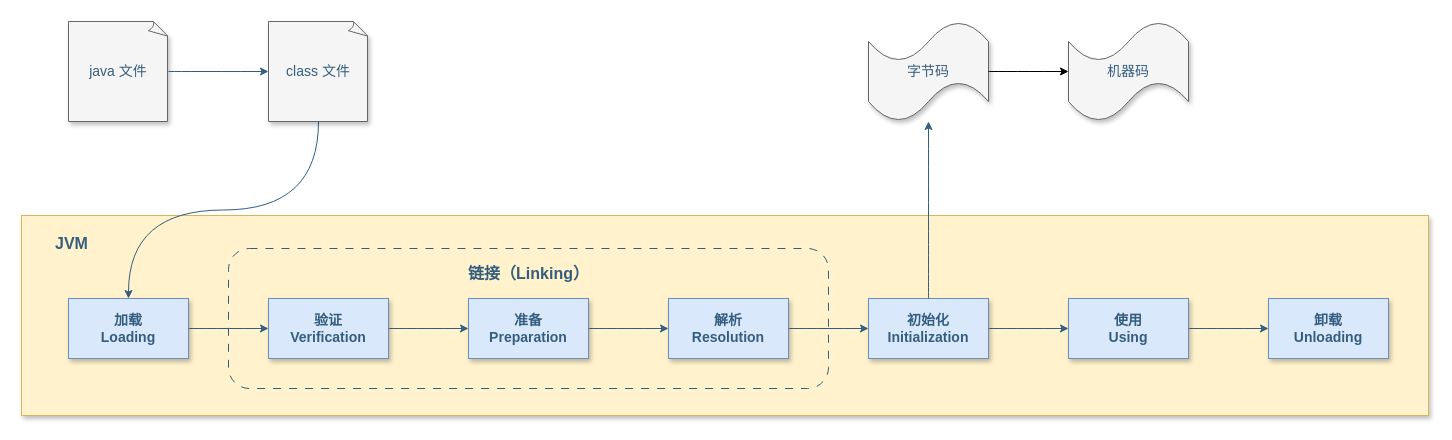
Earlier version of the draw.io diagram page "类的生命周期" (9 of 10) of assets/Java/JavaCore/Java虚拟机.drawio (dunwu/waterdrop). Source tidied: cells renumbered, new cells numbered last; positions are measured from the earlier drawing's top-left corner, leaving out a move shared by most shapes. Both pictures are drawn from the tidied source at 100%, with x=0, y=0 at pixel (21, 21).
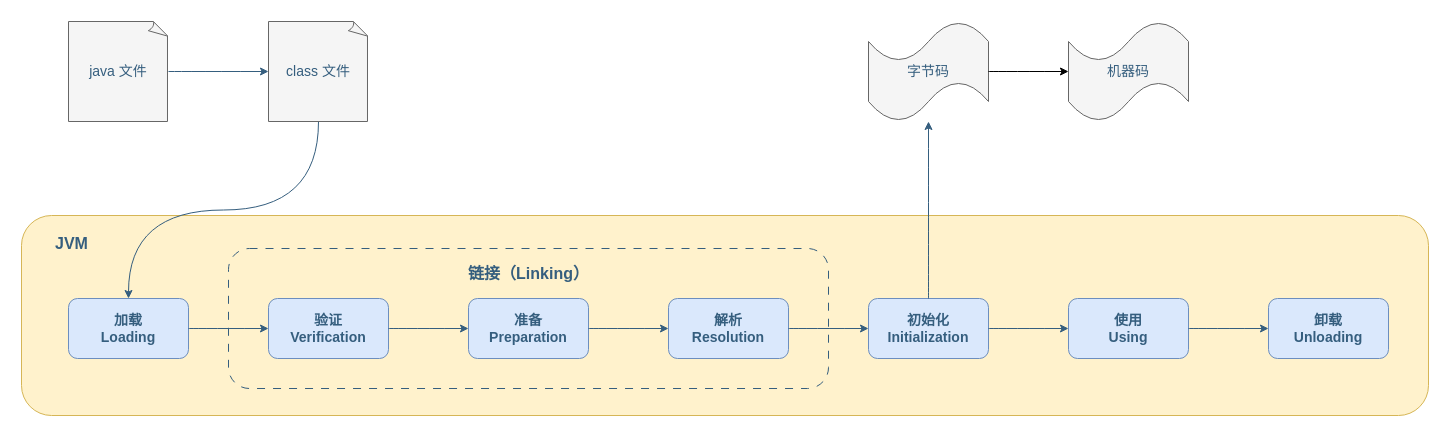
The same page after the edit.

The edit, as a diff of the source:
```diff
@@
-    <mxCell id="2" style="rounded=0;whiteSpace=wrap;html=1;fillColor=#fff2cc;strokeColor=#d6b656;fontSize=14;shadow=1;fontStyle=1;" parent="1" vertex="1">
+    <mxCell id="2" style="rounded=1;whiteSpace=wrap;html=1;fillColor=#fff2cc;strokeColor=#d6b656;fontSize=14;shadow=0;fontStyle=1;" parent="1" vertex="1">
       <mxGeometry y="194" width="1407" height="200" as="geometry" />
     </mxCell>
@@
-    <mxCell id="4" value="&lt;div style=&quot;font-size: 14px;&quot;&gt;加载&lt;/div&gt;&lt;div style=&quot;font-size: 14px;&quot;&gt;Loading&lt;/div&gt;" style="rounded=0;whiteSpace=wrap;html=1;fontSize=14;fillColor=#dae8fc;strokeColor=#6c8ebf;shadow=1;fontColor=#355E7E;fontStyle=1;" parent="1" vertex="1">
+    <mxCell id="4" value="&lt;div style=&quot;font-size: 14px;&quot;&gt;加载&lt;/div&gt;&lt;div style=&quot;font-size: 14px;&quot;&gt;Loading&lt;/div&gt;" style="rounded=1;whiteSpace=wrap;html=1;fontSize=14;fillColor=#dae8fc;strokeColor=#6c8ebf;shadow=0;fontColor=#355E7E;fontStyle=1;" parent="1" vertex="1">
       <mxGeometry x="47" y="277" width="120" height="60" as="geometry" />
     </mxCell>
-    <mxCell id="5" value="&lt;div style=&quot;font-size: 14px;&quot;&gt;&lt;div style=&quot;font-size: 14px;&quot;&gt;验证&lt;/div&gt;&lt;div style=&quot;font-size: 14px;&quot;&gt;Verification&lt;/div&gt;&lt;/div&gt;" style="rounded=0;whiteSpace=wrap;html=1;fontSize=14;fillColor=#dae8fc;strokeColor=#6c8ebf;shadow=1;fontColor=#355E7E;fontStyle=1;" parent="1" vertex="1">
+    <mxCell id="5" value="&lt;div style=&quot;font-size: 14px;&quot;&gt;&lt;div style=&quot;font-size: 14px;&quot;&gt;验证&lt;/div&gt;&lt;div style=&quot;font-size: 14px;&quot;&gt;Verification&lt;/div&gt;&lt;/div&gt;" style="rounded=1;whiteSpace=wrap;html=1;fontSize=14;fillColor=#dae8fc;strokeColor=#6c8ebf;shadow=0;fontColor=#355E7E;fontStyle=1;" parent="1" vertex="1">
       <mxGeometry x="247" y="277" width="120" height="60" as="geometry" />
     </mxCell>
@@
-    <mxCell id="7" value="&lt;div style=&quot;font-size: 14px;&quot;&gt;&lt;div style=&quot;font-size: 14px;&quot;&gt;准备&lt;/div&gt;&lt;div style=&quot;font-size: 14px;&quot;&gt;Preparation&lt;/div&gt;&lt;/div&gt;" style="rounded=0;whiteSpace=wrap;html=1;fontSize=14;fillColor=#dae8fc;strokeColor=#6c8ebf;shadow=1;fontColor=#355E7E;fontStyle=1;" parent="1" vertex="1">
+    <mxCell id="7" value="&lt;div style=&quot;font-size: 14px;&quot;&gt;&lt;div style=&quot;font-size: 14px;&quot;&gt;准备&lt;/div&gt;&lt;div style=&quot;font-size: 14px;&quot;&gt;Preparation&lt;/div&gt;&lt;/div&gt;" style="rounded=1;whiteSpace=wrap;html=1;fontSize=14;fillColor=#dae8fc;strokeColor=#6c8ebf;shadow=0;fontColor=#355E7E;fontStyle=1;" parent="1" vertex="1">
       <mxGeometry x="447" y="277" width="120" height="60" as="geometry" />
     </mxCell>
@@
-    <mxCell id="9" value="&lt;div style=&quot;font-size: 14px;&quot;&gt;&lt;div style=&quot;font-size: 14px;&quot;&gt;解析&lt;/div&gt;&lt;div style=&quot;font-size: 14px;&quot;&gt;Resolution&lt;/div&gt;&lt;/div&gt;" style="rounded=0;whiteSpace=wrap;html=1;fontSize=14;fillColor=#dae8fc;strokeColor=#6c8ebf;shadow=1;fontColor=#355E7E;fontStyle=1;" parent="1" vertex="1">
+    <mxCell id="9" value="&lt;div style=&quot;font-size: 14px;&quot;&gt;&lt;div style=&quot;font-size: 14px;&quot;&gt;解析&lt;/div&gt;&lt;div style=&quot;font-size: 14px;&quot;&gt;Resolution&lt;/div&gt;&lt;/div&gt;" style="rounded=1;whiteSpace=wrap;html=1;fontSize=14;fillColor=#dae8fc;strokeColor=#6c8ebf;shadow=0;fontColor=#355E7E;fontStyle=1;" parent="1" vertex="1">
       <mxGeometry x="647" y="277" width="120" height="60" as="geometry" />
     </mxCell>
@@
-    <mxCell id="11" value="&lt;div style=&quot;font-size: 14px;&quot;&gt;&lt;div style=&quot;font-size: 14px;&quot;&gt;初始化&lt;/div&gt;&lt;div style=&quot;font-size: 14px;&quot;&gt;Initialization&lt;/div&gt;&lt;/div&gt;" style="rounded=0;whiteSpace=wrap;html=1;fontSize=14;fillColor=#dae8fc;strokeColor=#6c8ebf;shadow=1;fontColor=#355E7E;fontStyle=1;" parent="1" vertex="1">
+    <mxCell id="11" value="&lt;div style=&quot;font-size: 14px;&quot;&gt;&lt;div style=&quot;font-size: 14px;&quot;&gt;初始化&lt;/div&gt;&lt;div style=&quot;font-size: 14px;&quot;&gt;Initialization&lt;/div&gt;&lt;/div&gt;" style="rounded=1;whiteSpace=wrap;html=1;fontSize=14;fillColor=#dae8fc;strokeColor=#6c8ebf;shadow=0;fontColor=#355E7E;fontStyle=1;" parent="1" vertex="1">
       <mxGeometry x="847" y="277" width="120" height="60" as="geometry" />
     </mxCell>
@@
-    <mxCell id="13" value="&lt;div style=&quot;font-size: 14px;&quot;&gt;使用&lt;/div&gt;&lt;div style=&quot;font-size: 14px;&quot;&gt;Using&lt;/div&gt;" style="rounded=0;whiteSpace=wrap;html=1;fontSize=14;fillColor=#dae8fc;strokeColor=#6c8ebf;shadow=1;fontColor=#355E7E;fontStyle=1;" parent="1" vertex="1">
+    <mxCell id="13" value="&lt;div style=&quot;font-size: 14px;&quot;&gt;使用&lt;/div&gt;&lt;div style=&quot;font-size: 14px;&quot;&gt;Using&lt;/div&gt;" style="rounded=1;whiteSpace=wrap;html=1;fontSize=14;fillColor=#dae8fc;strokeColor=#6c8ebf;shadow=0;fontColor=#355E7E;fontStyle=1;" parent="1" vertex="1">
       <mxGeometry x="1047" y="277" width="120" height="60" as="geometry" />
     </mxCell>
@@
-    <mxCell id="15" value="&lt;div style=&quot;font-size: 14px;&quot;&gt;卸载&lt;/div&gt;&lt;div style=&quot;font-size: 14px;&quot;&gt;Unloading&lt;/div&gt;" style="rounded=0;whiteSpace=wrap;html=1;fontSize=14;fillColor=#dae8fc;strokeColor=#6c8ebf;shadow=1;fontColor=#355E7E;fontStyle=1;" parent="1" vertex="1">
+    <mxCell id="15" value="&lt;div style=&quot;font-size: 14px;&quot;&gt;卸载&lt;/div&gt;&lt;div style=&quot;font-size: 14px;&quot;&gt;Unloading&lt;/div&gt;" style="rounded=1;whiteSpace=wrap;html=1;fontSize=14;fillColor=#dae8fc;strokeColor=#6c8ebf;shadow=0;fontColor=#355E7E;fontStyle=1;" parent="1" vertex="1">
       <mxGeometry x="1247" y="277" width="120" height="60" as="geometry" />
     </mxCell>
@@
-    <mxCell id="19" value="java 文件" style="whiteSpace=wrap;html=1;shape=mxgraph.basic.document;rounded=1;strokeColor=#666666;align=center;verticalAlign=middle;fontFamily=Helvetica;fontSize=14;fontColor=#355E7E;fillColor=#f5f5f5;shadow=1;" parent="1" vertex="1">
+    <mxCell id="19" value="java 文件" style="whiteSpace=wrap;html=1;shape=mxgraph.basic.document;rounded=1;strokeColor=#666666;align=center;verticalAlign=middle;fontFamily=Helvetica;fontSize=14;fontColor=#355E7E;fillColor=#f5f5f5;shadow=0;" parent="1" vertex="1">
       <mxGeometry x="47" width="100" height="100" as="geometry" />
     </mxCell>
@@
-    <mxCell id="21" value="class 文件" style="whiteSpace=wrap;html=1;shape=mxgraph.basic.document;rounded=1;strokeColor=#666666;align=center;verticalAlign=middle;fontFamily=Helvetica;fontSize=14;fontColor=#355E7E;fillColor=#f5f5f5;shadow=1;" parent="1" vertex="1">
+    <mxCell id="21" value="class 文件" style="whiteSpace=wrap;html=1;shape=mxgraph.basic.document;rounded=1;strokeColor=#666666;align=center;verticalAlign=middle;fontFamily=Helvetica;fontSize=14;fontColor=#355E7E;fillColor=#f5f5f5;shadow=0;" parent="1" vertex="1">
       <mxGeometry x="247" width="100" height="100" as="geometry" />
     </mxCell>
@@
-    <mxCell id="24" value="字节码" style="shape=tape;whiteSpace=wrap;html=1;fontSize=14;fillColor=#f5f5f5;fontColor=#355E7E;strokeColor=#666666;shadow=1;" parent="1" vertex="1">
+    <mxCell id="24" value="字节码" style="shape=tape;whiteSpace=wrap;html=1;fontSize=14;fillColor=#f5f5f5;fontColor=#355E7E;strokeColor=#666666;shadow=0;" parent="1" vertex="1">
       <mxGeometry x="847" width="120" height="100" as="geometry" />
     </mxCell>
-    <mxCell id="25" value="机器码" style="shape=tape;whiteSpace=wrap;html=1;fontSize=14;fillColor=#f5f5f5;fontColor=#355E7E;strokeColor=#666666;shadow=1;" parent="1" vertex="1">
+    <mxCell id="25" value="机器码" style="shape=tape;whiteSpace=wrap;html=1;fontSize=14;fillColor=#f5f5f5;fontColor=#355E7E;strokeColor=#666666;shadow=0;" parent="1" vertex="1">
       <mxGeometry x="1047" width="120" height="100" as="geometry" />
     </mxCell>
```
